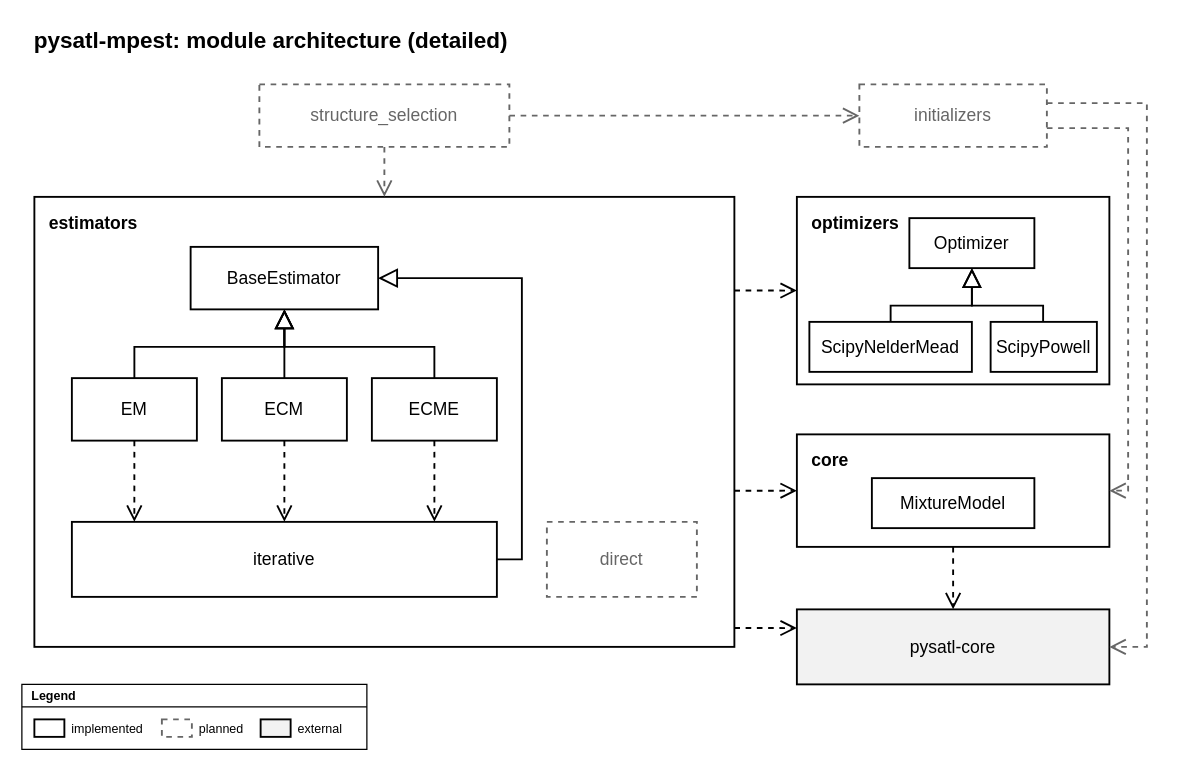
The draw.io diagram page "Detailed" (2 of 2) of docs/source/design/diagrams/module-architecture.drawio in PySATL/pysatl-mpest, before the edit. Source tidied: cells renumbered, new cells numbered last; positions are measured from the earlier drawing's top-left corner, leaving out a move shared by most shapes. Both pictures are drawn from the tidied source at 125%, with x=0, y=0 at pixel (21, 21).
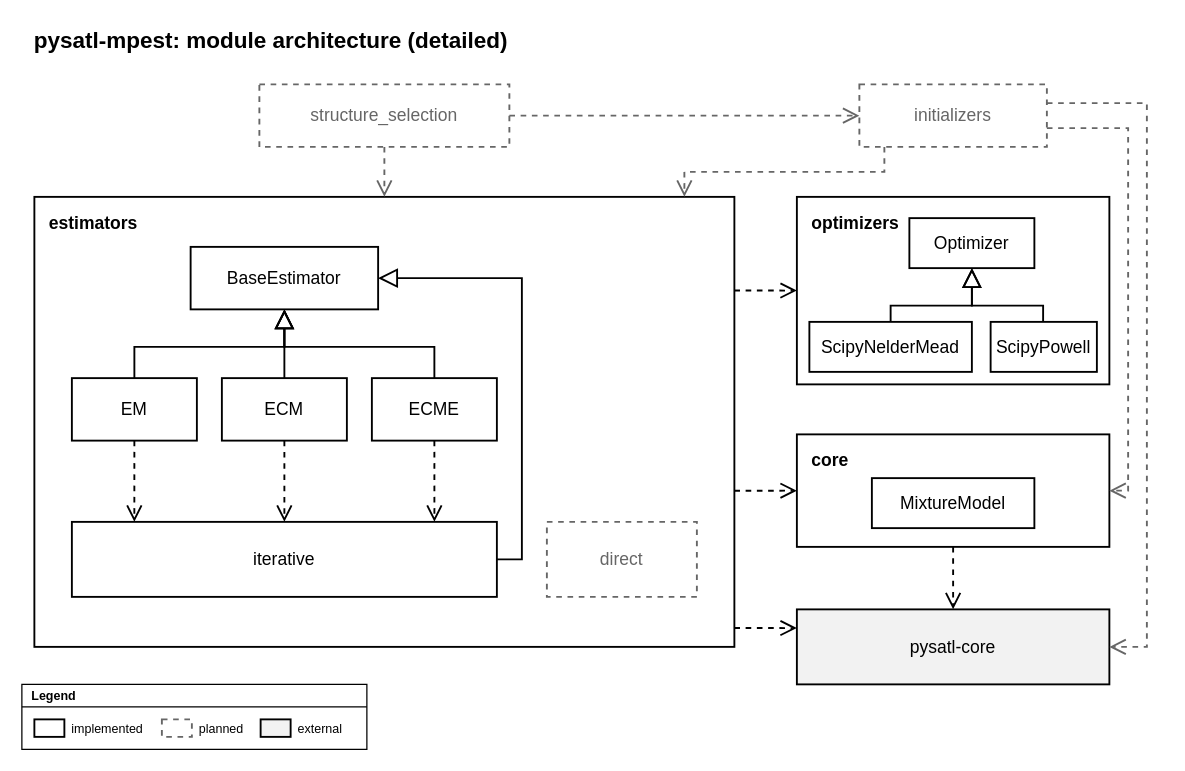
The same page after the edit.

The change refers to these unchanged cells:
```xml
<mxCell id="4" value="initializers" style="rounded=0;whiteSpace=wrap;html=1;fillColor=#ffffff;strokeColor=#666666;strokeWidth=1.5;dashed=1;fontSize=14;fontFamily=Helvetica;fontColor=#666666;" parent="1" vertex="1">
  <mxGeometry x="670" y="50" width="150" height="50" as="geometry" />
</mxCell>
<mxCell id="5" value="estimators" style="rounded=0;whiteSpace=wrap;html=1;fillColor=none;strokeColor=#000000;strokeWidth=1.5;verticalAlign=top;align=left;spacingLeft=10;spacingTop=6;fontSize=14;fontStyle=1;fontFamily=Helvetica;fontColor=#000000;" parent="1" vertex="1">
  <mxGeometry x="10" y="140" width="560" height="360" as="geometry" />
</mxCell>
```

Diff of the diagram source:
```diff
@@
+    <mxCell id="43" style="edgeStyle=orthogonalEdgeStyle;rounded=0;html=1;dashed=1;endArrow=open;endFill=0;endSize=10;strokeColor=#666666;strokeWidth=1.5;fontSize=12;fontFamily=Helvetica;fontColor=#666666;exitX=0.1333;exitY=1;exitPerimeter=0;entryX=0.9286;entryY=0;entryPerimeter=0;" parent="1" edge="1" source="4" target="5">
+      <mxGeometry relative="1" as="geometry">
+        <Array as="points">
+          <mxPoint x="690" y="120" />
+          <mxPoint x="530" y="120" />
+        </Array>
+      </mxGeometry>
+    </mxCell>
```
